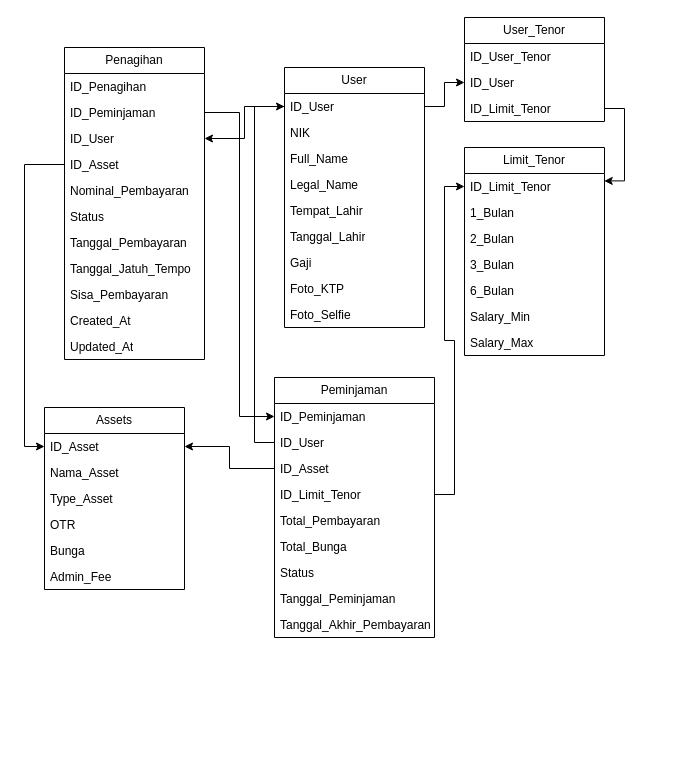
neojarma/kredit-plus keeps this draw.io diagram as docs/db_diagram.drawio. Above is the earlier version. Source tidied: cells renumbered, new cells numbered last; positions are measured from the earlier drawing's top-left corner, leaving out a move shared by most shapes. Both pictures are drawn from the tidied source at 100%, with x=0, y=0 at pixel (44, 17).
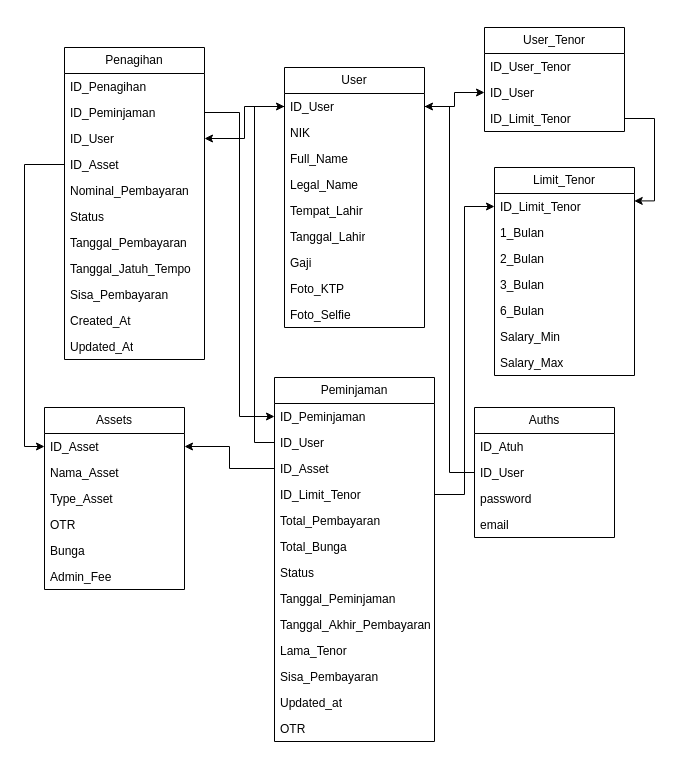
After the change.

Commit message (it also covers changes not shown here):
add: docker and diagram

The change refers to these unchanged cells:
```xml
<mxCell id="3" value="ID_User" style="text;strokeColor=none;fillColor=none;align=left;verticalAlign=top;spacingLeft=4;spacingRight=4;overflow=hidden;points=[[0,0.5],[1,0.5]];portConstraint=eastwest;whiteSpace=wrap;html=1;" parent="2" vertex="1">
  <mxGeometry y="26" width="140" height="26" as="geometry" />
</mxCell>
```

Change to the diagram source:
```diff
@@
     <mxCell id="12" value="Limit_Tenor" style="swimlane;fontStyle=0;horizontal=1;startSize=26;fillColor=none;whiteSpace=wrap;html=1;" parent="1" vertex="1">
-      <mxGeometry x="420" y="130" width="140" height="208" as="geometry" />
+      <mxGeometry x="450" y="150" width="140" height="208" as="geometry" />
     </mxCell>
@@
     <mxCell id="32" value="User_Tenor" style="swimlane;fontStyle=0;horizontal=1;startSize=26;fillColor=none;whiteSpace=wrap;html=1;" parent="1" vertex="1">
-      <mxGeometry x="420" width="140" height="104" as="geometry" />
+      <mxGeometry x="440" y="10" width="140" height="104" as="geometry" />
     </mxCell>
@@
     <mxCell id="36" value="Peminjaman" style="swimlane;fontStyle=0;horizontal=1;startSize=26;fillColor=none;whiteSpace=wrap;html=1;" parent="1" vertex="1">
-      <mxGeometry x="230" y="360" width="160" height="260" as="geometry" />
+      <mxGeometry x="230" y="360" width="160" height="364" as="geometry" />
     </mxCell>
@@
+    <mxCell id="61" value="Lama_Tenor" style="text;strokeColor=none;fillColor=none;align=left;verticalAlign=top;spacingLeft=4;spacingRight=4;overflow=hidden;whiteSpace=wrap;html=1;" parent="36" vertex="1">
+      <mxGeometry y="260" width="160" height="26" as="geometry" />
+    </mxCell>
+    <mxCell id="62" value="Sisa_Pembayaran" style="text;strokeColor=none;fillColor=none;align=left;verticalAlign=top;spacingLeft=4;spacingRight=4;overflow=hidden;whiteSpace=wrap;html=1;" parent="36" vertex="1">
+      <mxGeometry y="286" width="160" height="26" as="geometry" />
+    </mxCell>
+    <mxCell id="63" value="Updated_at" style="text;strokeColor=none;fillColor=none;align=left;verticalAlign=top;spacingLeft=4;spacingRight=4;overflow=hidden;whiteSpace=wrap;html=1;" parent="36" vertex="1">
+      <mxGeometry y="312" width="160" height="26" as="geometry" />
+    </mxCell>
+    <mxCell id="64" value="OTR" style="text;strokeColor=none;fillColor=none;align=left;verticalAlign=top;spacingLeft=4;spacingRight=4;overflow=hidden;whiteSpace=wrap;html=1;" parent="36" vertex="1">
+      <mxGeometry y="338" width="160" height="26" as="geometry" />
+    </mxCell>
@@
+    <mxCell id="65" value="Auths" style="swimlane;fontStyle=0;horizontal=1;startSize=26;fillColor=none;whiteSpace=wrap;html=1;" parent="1" vertex="1">
+      <mxGeometry x="430" y="390" width="140" height="130" as="geometry" />
+    </mxCell>
+    <mxCell id="66" value="ID_Atuh" style="text;strokeColor=none;fillColor=none;align=left;verticalAlign=top;spacingLeft=4;spacingRight=4;overflow=hidden;whiteSpace=wrap;html=1;" parent="65" vertex="1">
+      <mxGeometry y="26" width="140" height="26" as="geometry" />
+    </mxCell>
+    <mxCell id="67" value="ID_User" style="text;strokeColor=none;fillColor=none;align=left;verticalAlign=top;spacingLeft=4;spacingRight=4;overflow=hidden;points=[[0,0.5],[1,0.5]];portConstraint=eastwest;whiteSpace=wrap;html=1;" parent="65" vertex="1">
+      <mxGeometry y="52" width="140" height="26" as="geometry" />
+    </mxCell>
+    <mxCell id="68" value="password" style="text;strokeColor=none;fillColor=none;align=left;verticalAlign=top;spacingLeft=4;spacingRight=4;overflow=hidden;whiteSpace=wrap;html=1;" parent="65" vertex="1">
+      <mxGeometry y="78" width="140" height="26" as="geometry" />
+    </mxCell>
+    <mxCell id="69" value="email" style="text;strokeColor=none;fillColor=none;align=left;verticalAlign=top;spacingLeft=4;spacingRight=4;overflow=hidden;whiteSpace=wrap;html=1;" parent="65" vertex="1">
+      <mxGeometry y="104" width="140" height="26" as="geometry" />
+    </mxCell>
+    <mxCell id="70" style="edgeStyle=orthogonalEdgeStyle;rounded=0;jettySize=auto;html=1;exitX=0;exitY=0.5;exitDx=0;exitDy=0;entryX=1;entryY=0.5;entryDx=0;entryDy=0;" parent="1" edge="1" source="67" target="3">
+      <mxGeometry relative="1" as="geometry" />
+    </mxCell>
```
